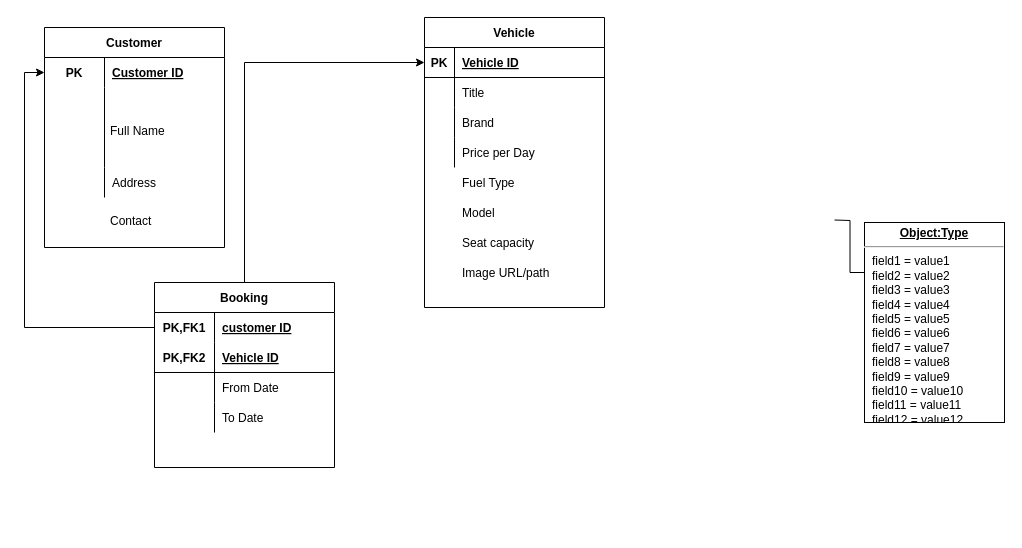
Before: Database Design/Untitled Diagram.drawio in Getabalew7/Gebeya-DevOps, a draw.io diagram. Source tidied: cells renumbered, new cells numbered last; positions are measured from the earlier drawing's top-left corner, leaving out a move shared by most shapes. Both pictures are drawn from the tidied source at 100%, with x=0, y=0 at pixel (44, 17).
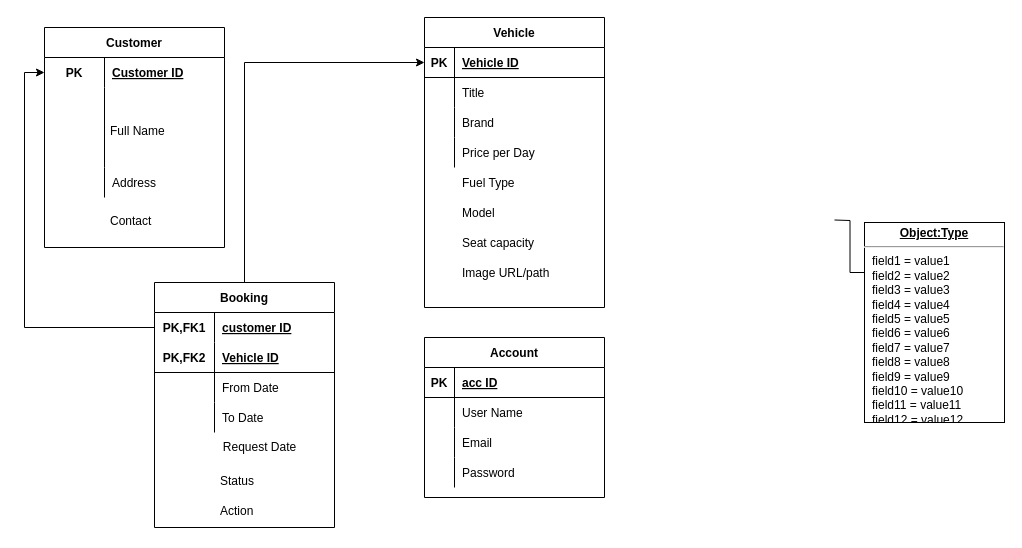
The same page after the edit.

Commit message:
add account table

What changed in the source:
```diff
@@
     <mxCell id="34" value="Booking" style="shape=table;startSize=30;childLayout=tableLayout;rowLines=0;fontStyle=1;align=center;fontColor=#000000;" parent="1" vertex="1">
-      <mxGeometry x="110" y="265" width="180" height="185" as="geometry" />
+      <mxGeometry x="110" y="265" width="180" height="245" as="geometry" />
     </mxCell>
@@
+    <mxCell id="48" value="Request Date" style="text;html=1;align=center;verticalAlign=middle;fillColor=none;strokeColor=none;rounded=0;fontColor=#000000;" parent="1" vertex="1">
+      <mxGeometry x="170" y="420" width="90" height="20" as="geometry" />
+    </mxCell>
+    <mxCell id="49" value="Status" style="text;strokeColor=none;fillColor=none;spacingLeft=4;spacingRight=4;overflow=hidden;fontSize=12;fontColor=#000000;align=left;" parent="1" vertex="1">
+      <mxGeometry x="170" y="450" width="110" height="30" as="geometry" />
+    </mxCell>
+    <mxCell id="50" value="Action" style="text;strokeColor=none;fillColor=none;spacingLeft=4;spacingRight=4;overflow=hidden;fontSize=12;fontColor=#000000;align=left;" parent="1" vertex="1">
+      <mxGeometry x="170" y="480" width="105" height="30" as="geometry" />
+    </mxCell>
+    <mxCell id="51" value="Account" style="shape=table;startSize=30;childLayout=tableLayout;rowLines=0;fontStyle=1;align=center;fontColor=#000000;" parent="1" vertex="1">
+      <mxGeometry x="380" y="320" width="180" height="160" as="geometry" />
+    </mxCell>
+    <mxCell id="52" style="shape=partialRectangle;fillColor=none;top=0;left=0;bottom=1;right=0;" parent="51" vertex="1">
+      <mxGeometry y="30" width="180" height="30" as="geometry" />
+    </mxCell>
+    <mxCell id="53" value="PK" style="shape=partialRectangle;fillColor=none;top=0;left=0;bottom=0;right=0;fontStyle=1;overflow=hidden;" parent="52" vertex="1">
+      <mxGeometry width="30" height="30" as="geometry" />
+    </mxCell>
+    <mxCell id="54" value="acc ID" style="shape=partialRectangle;fillColor=none;top=0;left=0;bottom=0;right=0;align=left;spacingLeft=6;fontStyle=5;overflow=hidden;" parent="52" vertex="1">
+      <mxGeometry x="30" width="150" height="30" as="geometry" />
+    </mxCell>
+    <mxCell id="55" style="shape=partialRectangle;fillColor=none;top=0;left=0;bottom=0;right=0;" parent="51" vertex="1">
+      <mxGeometry y="60" width="180" height="30" as="geometry" />
+    </mxCell>
+    <mxCell id="56" style="shape=partialRectangle;fillColor=none;top=0;left=0;bottom=0;right=0;overflow=hidden;" parent="55" vertex="1">
+      <mxGeometry width="30" height="30" as="geometry" />
+    </mxCell>
+    <mxCell id="57" value="User Name" style="shape=partialRectangle;fillColor=none;top=0;left=0;bottom=0;right=0;align=left;spacingLeft=6;overflow=hidden;" parent="55" vertex="1">
+      <mxGeometry x="30" width="150" height="30" as="geometry" />
+    </mxCell>
+    <mxCell id="58" style="shape=partialRectangle;fillColor=none;top=0;left=0;bottom=0;right=0;" parent="51" vertex="1">
+      <mxGeometry y="90" width="180" height="30" as="geometry" />
+    </mxCell>
+    <mxCell id="59" style="shape=partialRectangle;fillColor=none;top=0;left=0;bottom=0;right=0;overflow=hidden;" parent="58" vertex="1">
+      <mxGeometry width="30" height="30" as="geometry" />
+    </mxCell>
+    <mxCell id="60" value="Email" style="shape=partialRectangle;fillColor=none;top=0;left=0;bottom=0;right=0;align=left;spacingLeft=6;overflow=hidden;" parent="58" vertex="1">
+      <mxGeometry x="30" width="150" height="30" as="geometry" />
+    </mxCell>
+    <mxCell id="61" style="shape=partialRectangle;fillColor=none;top=0;left=0;bottom=0;right=0;" parent="51" vertex="1">
+      <mxGeometry y="120" width="180" height="30" as="geometry" />
+    </mxCell>
+    <mxCell id="62" style="shape=partialRectangle;fillColor=none;top=0;left=0;bottom=0;right=0;overflow=hidden;" parent="61" vertex="1">
+      <mxGeometry width="30" height="30" as="geometry" />
+    </mxCell>
+    <mxCell id="63" value="Password" style="shape=partialRectangle;fillColor=none;top=0;left=0;bottom=0;right=0;align=left;spacingLeft=6;overflow=hidden;" parent="61" vertex="1">
+      <mxGeometry x="30" width="150" height="30" as="geometry" />
+    </mxCell>
```
